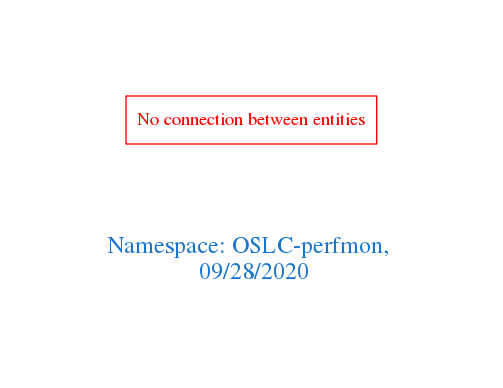
Above: downloads/OSLC-perfmon.png in arago/OGIT (Graphviz), before the change. Its source is kept beside it as downloads/OSLC-perfmon.dot.
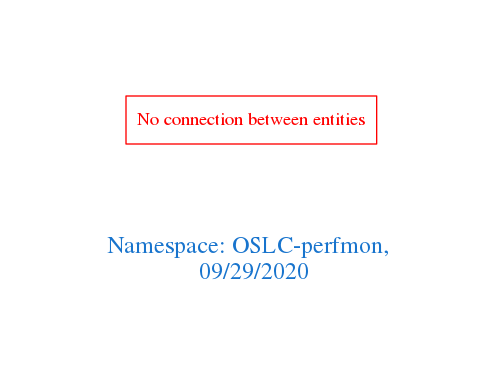
Later version of the same file.

The edit, as a diff of the source:
```diff
@@ -1,7 +1,7 @@
 digraph OGIT_ontology {
  graph [ rankdir= LR,pad=1
 fontsize = 18,
-fontcolor= dodgerblue3,label = "\n\n\nNamespace: OSLC-perfmon, \n 09/28/2020"];
+fontcolor= dodgerblue3,label = "\n\n\nNamespace: OSLC-perfmon, \n 09/29/2020"];
 node[shape=polygon];
 edge [  color="gray81"];
 
```
